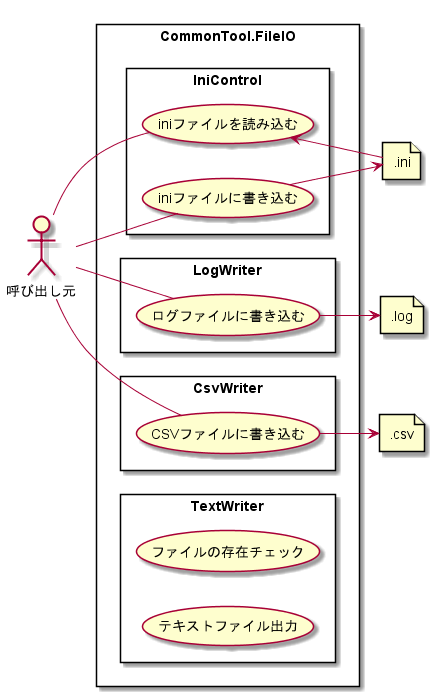
hirorich/CommonTool keeps this PlantUML diagram as doc/03_SubSystem別/CommonTool.FileIO/01_機能詳細/ユースケース図.png. Above is the earlier version.
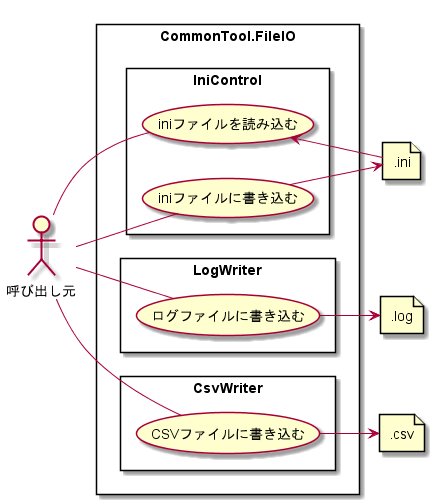
Above is the later version.

Commit message:
TextWriterについてユースケースから削除

What changed in the source:
```diff
@@ -22,10 +22,6 @@
     呼び出し元 -- (CSVファイルに書き込む)
     (CSVファイルに書き込む) --> CsvFile
   }
-  rectangle TextWriter {
-    (ファイルの存在チェック)
-    (テキストファイル出力)
-  }
 }
 
 @enduml
```
